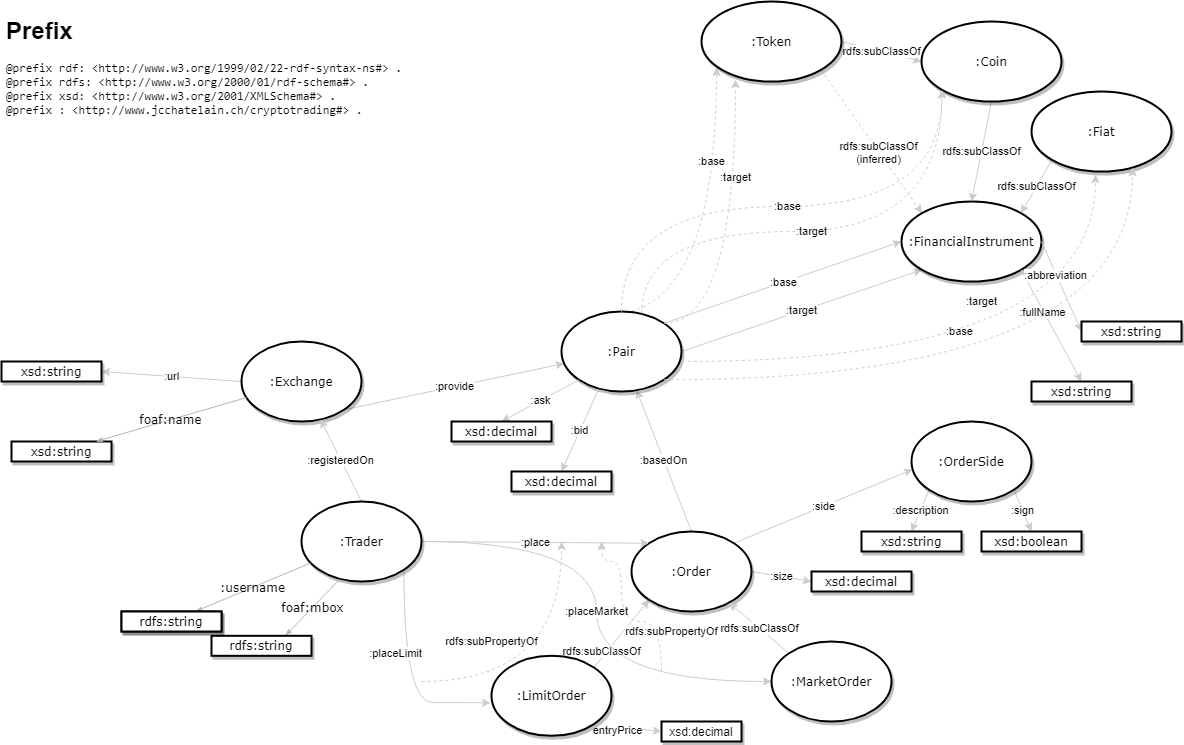
The draw.io diagram Res/MAS-RAD_DAR-MiniProjet-RDF.png in PoUpA/MAS-RAD_DAR, before a commit. Source tidied: cells renumbered, new cells last; positions are measured from the earlier drawing's top-left corner, leaving out a move shared by most shapes.
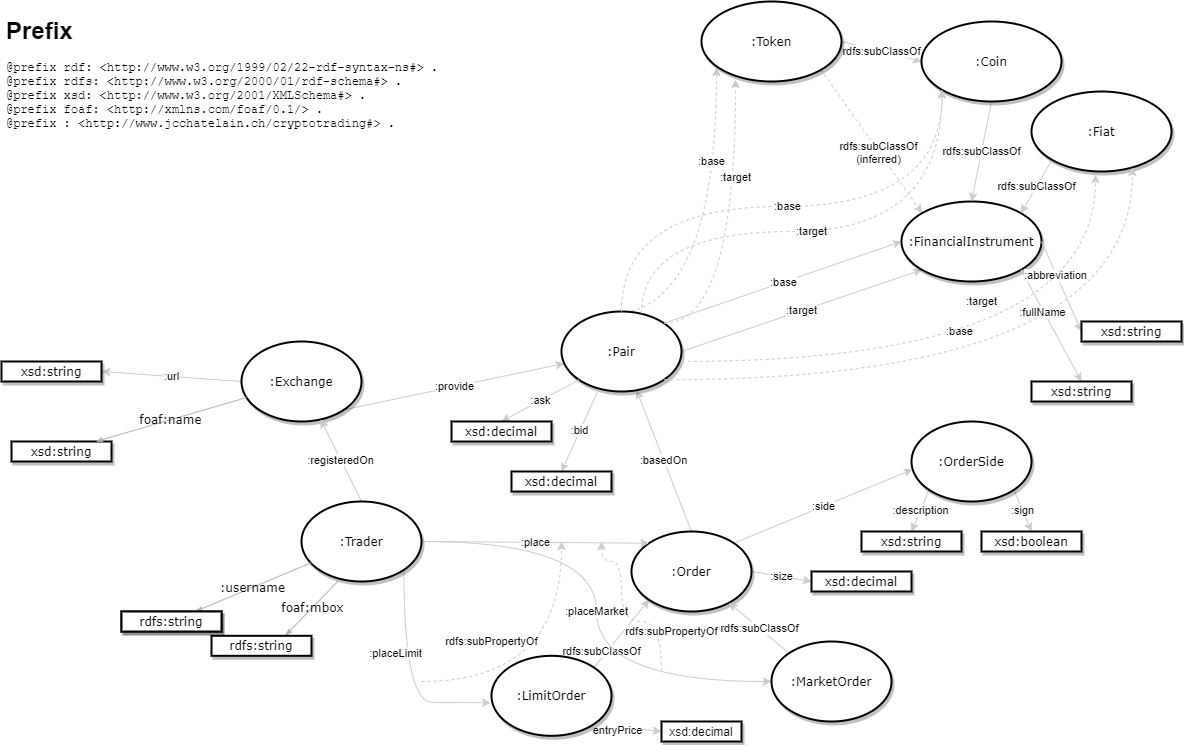
After the commit.

Diff of the diagram source:
```diff
@@ -214,7 +214,7 @@
     <mxCell id="63" value="&lt;span&gt;rdfs:string&lt;/span&gt;" style="whiteSpace=wrap;html=1;rounded=0;shadow=1;comic=0;labelBackgroundColor=none;strokeWidth=2;fontFamily=Verdana;fontSize=12;align=center;arcSize=50;" parent="1" vertex="1">
       <mxGeometry x="210" y="634.3" width="100" height="20" as="geometry" />
     </mxCell>
-    <mxCell id="64" value="&lt;h1&gt;Prefix&lt;/h1&gt;&lt;pre style=&quot;overflow-wrap: break-word&quot;&gt;@prefix rdf: &amp;lt;http://www.w3.org/1999/02/22-rdf-syntax-ns#&amp;gt; .&lt;br&gt;@prefix rdfs: &amp;lt;http://www.w3.org/2000/01/rdf-schema#&amp;gt; .&lt;br&gt;@prefix xsd: &amp;lt;http://www.w3.org/2001/XMLSchema#&amp;gt; .&lt;br/&gt;@prefix : &amp;lt;http://www.jcchatelain.ch/cryptotrading#&amp;gt; .&lt;/pre&gt;" style="text;html=1;strokeColor=none;fillColor=none;spacing=5;spacingTop=-20;whiteSpace=wrap;overflow=hidden;rounded=0;" parent="1" vertex="1">
+    <mxCell id="64" value="&lt;h1&gt;Prefix&lt;/h1&gt;&lt;pre style=&quot;overflow-wrap: break-word&quot;&gt;@prefix rdf: &amp;lt;http://www.w3.org/1999/02/22-rdf-syntax-ns#&amp;gt; .&lt;br&gt;@prefix rdfs: &amp;lt;http://www.w3.org/2000/01/rdf-schema#&amp;gt; .&lt;br&gt;@prefix xsd: &amp;lt;http://www.w3.org/2001/XMLSchema#&amp;gt; .&lt;br/&gt;@prefix foaf: &amp;lt;http://xmlns.com/foaf/0.1/&amp;gt; .&lt;br&gt;@prefix : &amp;lt;http://www.jcchatelain.ch/cryptotrading#&amp;gt; .&lt;/pre&gt;" style="text;html=1;strokeColor=none;fillColor=none;spacing=5;spacingTop=-20;whiteSpace=wrap;overflow=hidden;rounded=0;" parent="1" vertex="1">
       <mxGeometry y="10" width="450" height="120" as="geometry" />
     </mxCell>
   </root>
```
